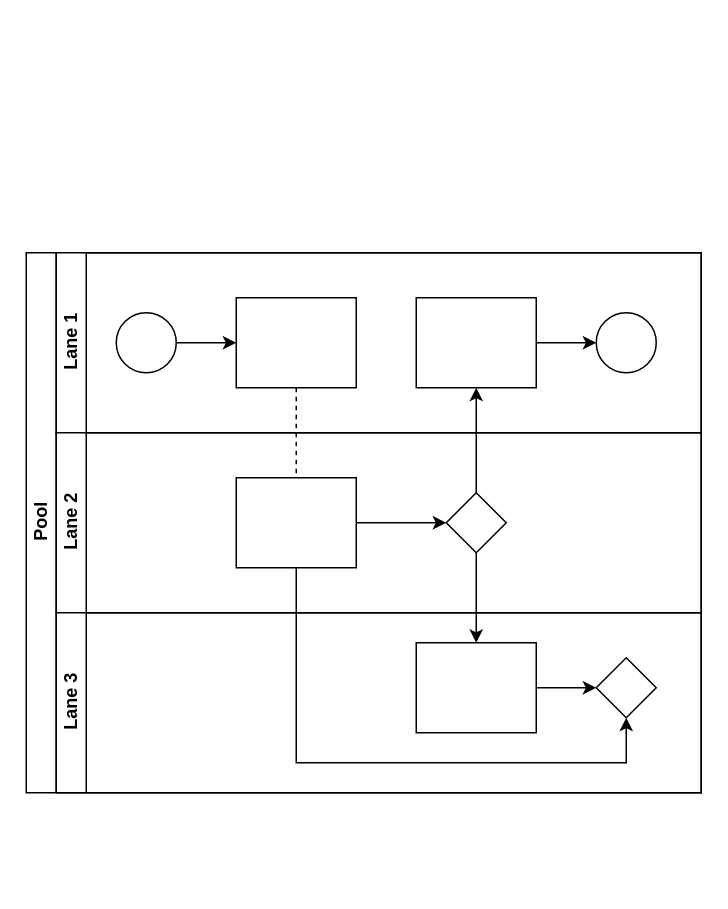
This is Healthclaims.drawio from TJ-Kwetsane1993/Thato, a draw.io file, before an edit. Source tidied: cells renumbered, new cells numbered last; positions are measured from the earlier drawing's top-left corner, leaving out a move shared by most shapes. Both pictures are drawn from the tidied source at 150%, with x=0, y=0 at pixel (26, 252).
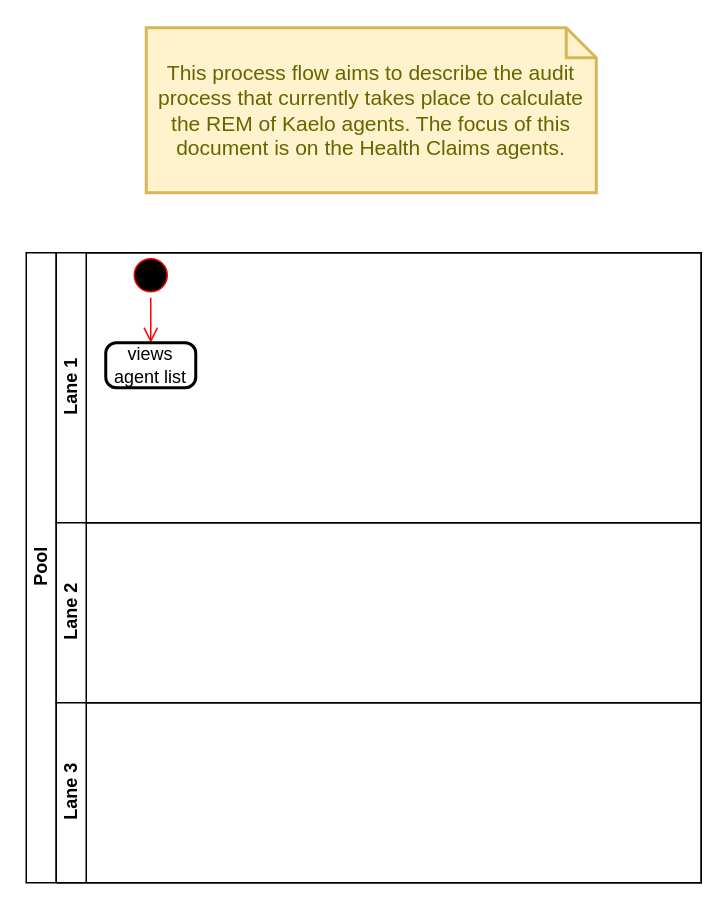
The same page after the edit.

Diff of the diagram source:
```diff
@@
     <mxCell id="2" value="Pool" style="swimlane;html=1;horizontal=0;startSize=20;" parent="1" vertex="1">
-      <mxGeometry width="450" height="360" as="geometry" />
+      <mxGeometry width="450" height="420" as="geometry" />
     </mxCell>
-    <mxCell id="3" style="edgeStyle=orthogonalEdgeStyle;rounded=0;jettySize=auto;html=1;dashed=1;endArrow=none;endFill=0;" parent="2" edge="1" source="10" target="16">
-      <mxGeometry relative="1" as="geometry" />
-    </mxCell>
-    <mxCell id="4" style="edgeStyle=orthogonalEdgeStyle;rounded=0;jettySize=auto;html=1;endArrow=classic;endFill=1;" parent="2" edge="1" source="17" target="12">
-      <mxGeometry relative="1" as="geometry" />
-    </mxCell>
-    <mxCell id="5" style="edgeStyle=orthogonalEdgeStyle;rounded=0;jettySize=auto;html=1;endArrow=classic;endFill=1;" parent="2" edge="1" source="17" target="20">
-      <mxGeometry relative="1" as="geometry" />
-    </mxCell>
-    <mxCell id="6" style="edgeStyle=orthogonalEdgeStyle;rounded=0;jettySize=auto;html=1;endArrow=classic;endFill=1;" parent="2" edge="1" source="16" target="21">
-      <mxGeometry relative="1" as="geometry">
-        <Array as="points">
-          <mxPoint x="180" y="340" />
-          <mxPoint x="400" y="340" />
-        </Array>
-      </mxGeometry>
-    </mxCell>
     <mxCell id="7" value="Lane 1" style="swimlane;html=1;startSize=20;horizontal=0;" parent="2" vertex="1">
-      <mxGeometry x="20" width="430" height="120" as="geometry" />
+      <mxGeometry x="20" width="430" height="180" as="geometry" />
     </mxCell>
-    <mxCell id="8" style="edgeStyle=orthogonalEdgeStyle;rounded=0;jettySize=auto;html=1;" parent="7" edge="1" source="9" target="10">
-      <mxGeometry relative="1" as="geometry" />
-    </mxCell>
-    <mxCell id="9" style="ellipse;whiteSpace=wrap;html=1;" parent="7" vertex="1">
-      <mxGeometry x="40" y="40" width="40" height="40" as="geometry" />
-    </mxCell>
-    <mxCell id="10" style="rounded=0;whiteSpace=wrap;html=1;fontFamily=Helvetica;fontSize=12;fontColor=#000000;align=center;" parent="7" vertex="1">
-      <mxGeometry x="120" y="30" width="80" height="60" as="geometry" />
-    </mxCell>
-    <mxCell id="11" style="edgeStyle=orthogonalEdgeStyle;rounded=0;jettySize=auto;html=1;endArrow=classic;endFill=1;" parent="7" edge="1" source="12" target="13">
-      <mxGeometry relative="1" as="geometry" />
-    </mxCell>
-    <mxCell id="12" style="rounded=0;whiteSpace=wrap;html=1;fontFamily=Helvetica;fontSize=12;fontColor=#000000;align=center;" parent="7" vertex="1">
-      <mxGeometry x="240" y="30" width="80" height="60" as="geometry" />
-    </mxCell>
-    <mxCell id="13" style="ellipse;whiteSpace=wrap;html=1;" parent="7" vertex="1">
-      <mxGeometry x="360" y="40" width="40" height="40" as="geometry" />
-    </mxCell>
+    <mxCell id="22" style="ellipse;html=1;shape=startState;fillColor=#000000;strokeColor=#ff0000;" parent="7" vertex="1">
+      <mxGeometry x="48" width="30" height="30" as="geometry" />
+    </mxCell>
+    <mxCell id="23" style="edgeStyle=orthogonalEdgeStyle;html=1;verticalAlign=bottom;endArrow=open;endSize=8;strokeColor=#ff0000;rounded=0;" parent="7" edge="1" source="22">
+      <mxGeometry relative="1" as="geometry">
+        <mxPoint x="63" y="60" as="targetPoint" />
+      </mxGeometry>
+    </mxCell>
+    <mxCell id="24" value="views agent list" style="rounded=1;whiteSpace=wrap;html=1;absoluteArcSize=1;arcSize=14;strokeWidth=2;" parent="7" vertex="1">
+      <mxGeometry x="33" y="60" width="60" height="30" as="geometry" />
+    </mxCell>
     <mxCell id="14" value="Lane 2" style="swimlane;html=1;startSize=20;horizontal=0;" parent="2" vertex="1">
-      <mxGeometry x="20" y="120" width="430" height="120" as="geometry" />
+      <mxGeometry x="20" y="180" width="430" height="120" as="geometry" />
     </mxCell>
-    <mxCell id="15" style="edgeStyle=orthogonalEdgeStyle;rounded=0;jettySize=auto;html=1;endArrow=classic;endFill=1;" parent="14" edge="1" source="16" target="17">
-      <mxGeometry relative="1" as="geometry" />
-    </mxCell>
-    <mxCell id="16" style="rounded=0;whiteSpace=wrap;html=1;fontFamily=Helvetica;fontSize=12;fontColor=#000000;align=center;" parent="14" vertex="1">
-      <mxGeometry x="120" y="30" width="80" height="60" as="geometry" />
-    </mxCell>
-    <mxCell id="17" style="rhombus;whiteSpace=wrap;html=1;fontFamily=Helvetica;fontSize=12;fontColor=#000000;align=center;" parent="14" vertex="1">
-      <mxGeometry x="260" y="40" width="40" height="40" as="geometry" />
-    </mxCell>
     <mxCell id="18" value="Lane 3" style="swimlane;html=1;startSize=20;horizontal=0;" parent="2" vertex="1">
-      <mxGeometry x="20" y="240" width="430" height="120" as="geometry" />
+      <mxGeometry x="20" y="300" width="430" height="120" as="geometry" />
     </mxCell>
-    <mxCell id="19" style="edgeStyle=orthogonalEdgeStyle;rounded=0;jettySize=auto;html=1;endArrow=classic;endFill=1;" parent="18" edge="1" source="20" target="21">
-      <mxGeometry relative="1" as="geometry" />
-    </mxCell>
-    <mxCell id="20" style="rounded=0;whiteSpace=wrap;html=1;fontFamily=Helvetica;fontSize=12;fontColor=#000000;align=center;" parent="18" vertex="1">
-      <mxGeometry x="240" y="20" width="80" height="60" as="geometry" />
-    </mxCell>
-    <mxCell id="21" style="rhombus;whiteSpace=wrap;html=1;fontFamily=Helvetica;fontSize=12;fontColor=#000000;align=center;" parent="18" vertex="1">
-      <mxGeometry x="360" y="30" width="40" height="40" as="geometry" />
-    </mxCell>
+    <mxCell id="25" value="This process flow aims to describe the audit process that currently takes place to calculate the REM of Kaelo agents. The focus of this document is on the Health Claims agents." style="shape=note;strokeWidth=2;fontSize=14;size=20;whiteSpace=wrap;html=1;fillColor=#fff2cc;strokeColor=#d6b656;fontColor=#666600;" parent="1" vertex="1">
+      <mxGeometry x="80" y="-150" width="300" height="110" as="geometry" />
+    </mxCell>
```
